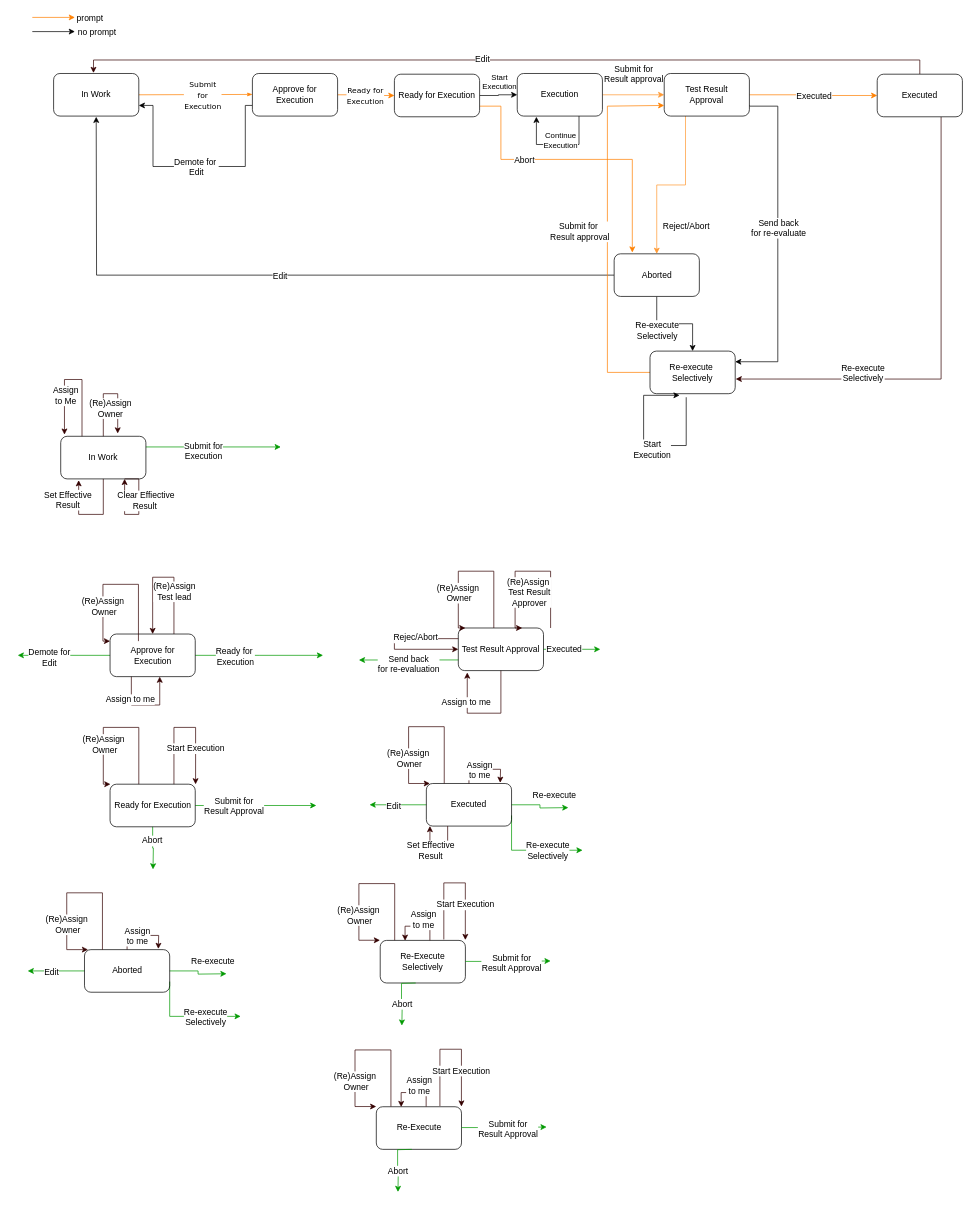
This is TestProtocolWorkflowDiagram.drawio from szvatai1985/drawio_files, a draw.io file, before an edit. Source tidied: cells renumbered, new cells numbered last; positions are measured from the earlier drawing's top-left corner, leaving out a move shared by most shapes. Both pictures are drawn from the tidied source at 71%, with x=0, y=0 at pixel (18, 17).
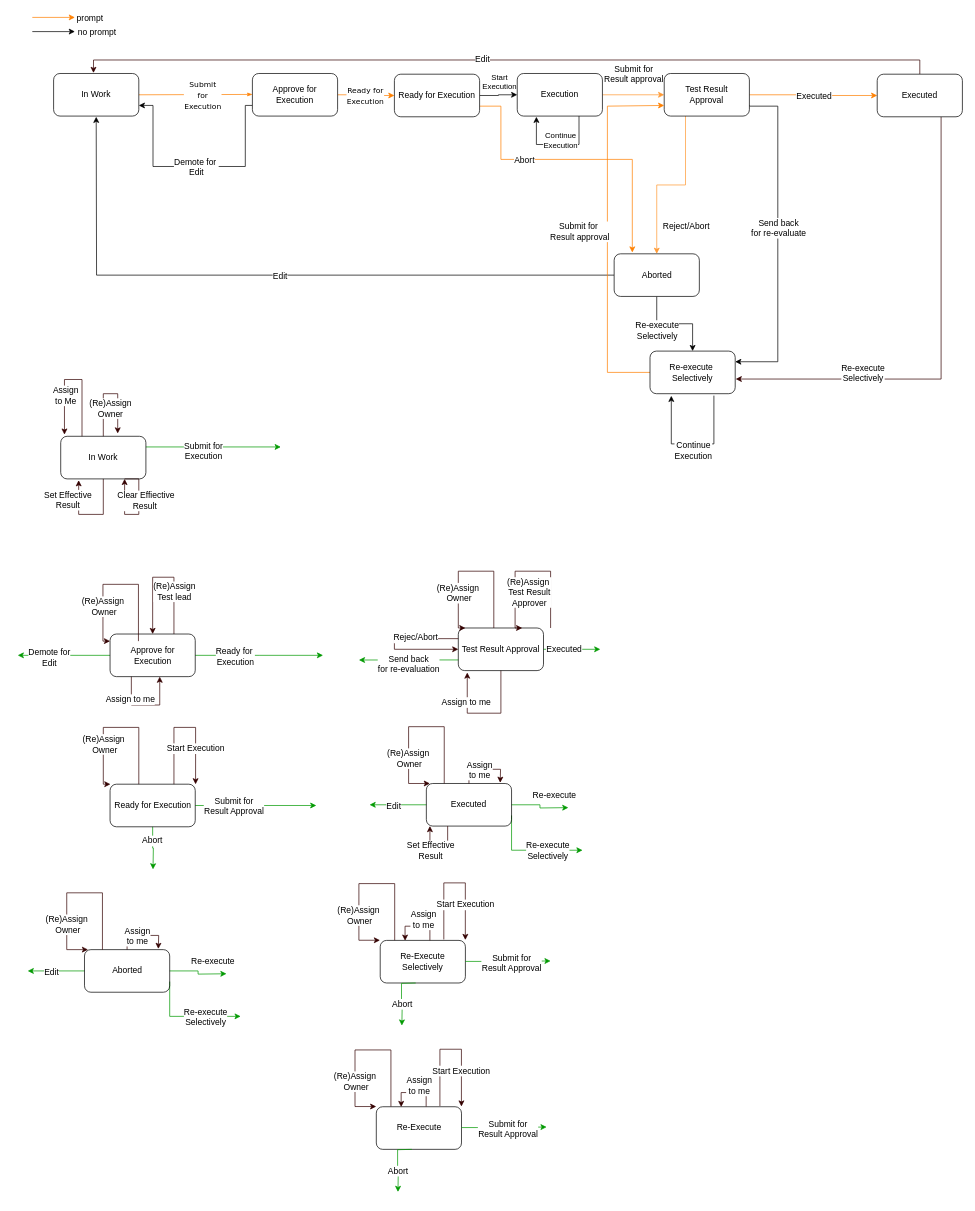
Above is the later version.

Commit message:
Command chart for Re-execute selectively state has been renamed and realigned

The change refers to these unchanged cells:
```xml
<mxCell id="37" value="&lt;span style=&quot;white-space: nowrap ; background-color: rgb(255 , 255 , 255)&quot;&gt;Re-execute&amp;nbsp;&lt;/span&gt;&lt;br style=&quot;white-space: nowrap&quot;&gt;&lt;span style=&quot;white-space: nowrap ; background-color: rgb(255 , 255 , 255)&quot;&gt;Selectively&lt;/span&gt;" style="rounded=1;whiteSpace=wrap;html=1;" parent="1" vertex="1">
  <mxGeometry x="890" y="470" width="120" height="60" as="geometry" />
</mxCell>
```

Diff of the diagram source:
```diff
@@
-    <mxCell id="42" style="edgeStyle=orthogonalEdgeStyle;rounded=0;jettySize=auto;html=1;strokeColor=#000000;entryX=0.347;entryY=1.038;entryDx=0;entryDy=0;entryPerimeter=0;" parent="1" edge="1" target="37">
+    <mxCell id="42" style="edgeStyle=orthogonalEdgeStyle;rounded=0;orthogonalLoop=1;jettySize=auto;html=1;strokeColor=#000000;" parent="1" edge="1">
       <mxGeometry relative="1" as="geometry">
-        <mxPoint x="941" y="535" as="sourcePoint" />
+        <mxPoint x="980" y="532.7" as="sourcePoint" />
+        <mxPoint x="920" y="533" as="targetPoint" />
         <Array as="points">
-          <mxPoint x="941" y="603" />
-          <mxPoint x="881" y="603" />
+          <mxPoint x="980" y="600.7" />
+          <mxPoint x="920" y="600.7" />
         </Array>
       </mxGeometry>
     </mxCell>
-    <mxCell id="43" value="Start&lt;br&gt;Execution" style="text;html=1;align=center;verticalAlign=middle;labelBackgroundColor=#ffffff;" parent="42" vertex="1">
+    <mxCell id="43" value="Continue&lt;br&gt;Execution" style="text;html=1;align=center;verticalAlign=middle;labelBackgroundColor=#ffffff;" parent="42" vertex="1">
       <mxGeometry x="0.08" y="-3" relative="1" as="geometry">
         <mxPoint x="8.5" y="12" as="offset" />
       </mxGeometry>
     </mxCell>
```
